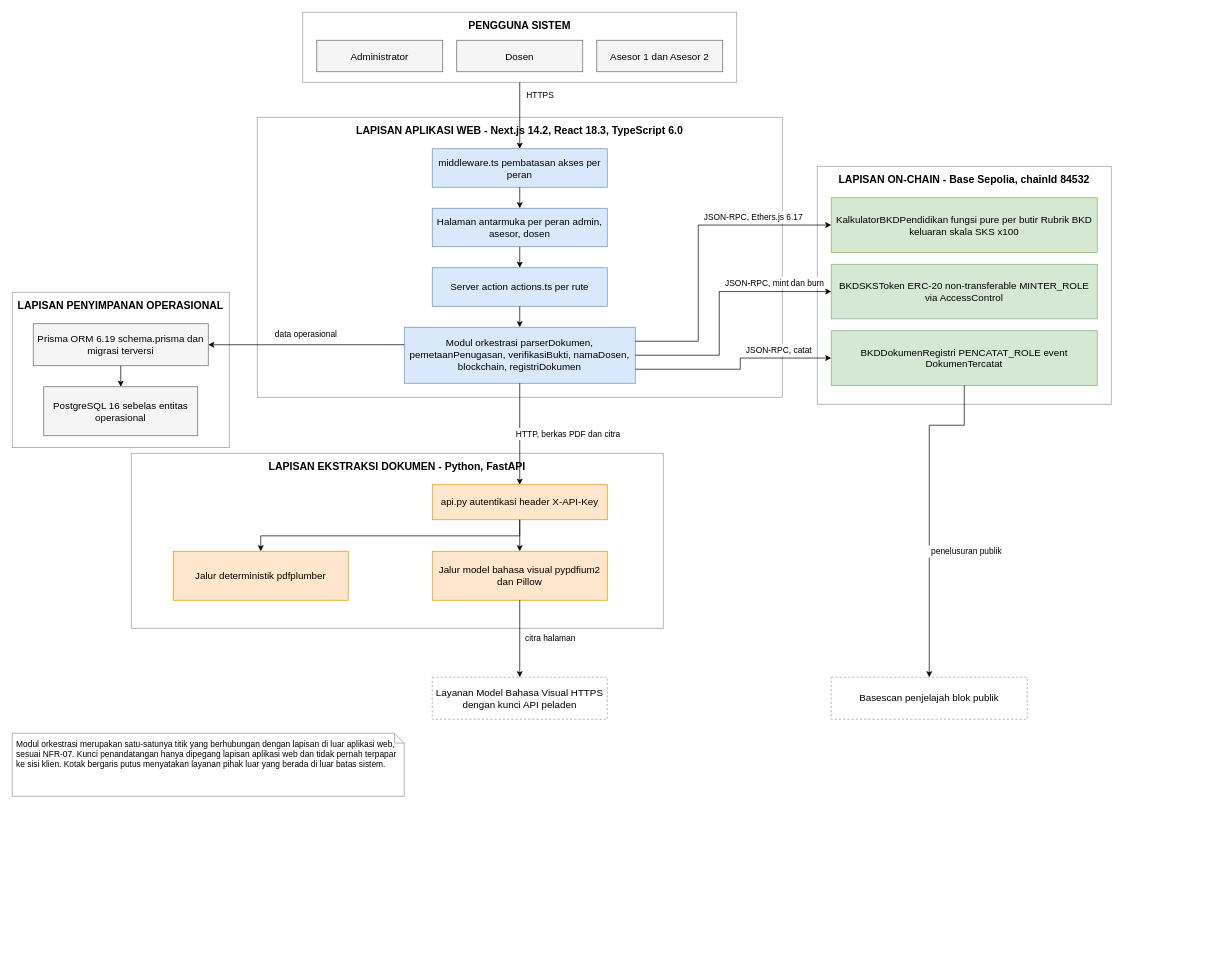
The draw.io diagram docs/diagram/IV-05-arsitektur-sistem.drawio in SandChik/TugasAkhir, before the edit. Source tidied: cells renumbered, new cells numbered last; positions are measured from the earlier drawing's top-left corner, leaving out a move shared by most shapes. Both pictures are drawn from the tidied source at 70%, with x=0, y=0 at pixel (12, 12).
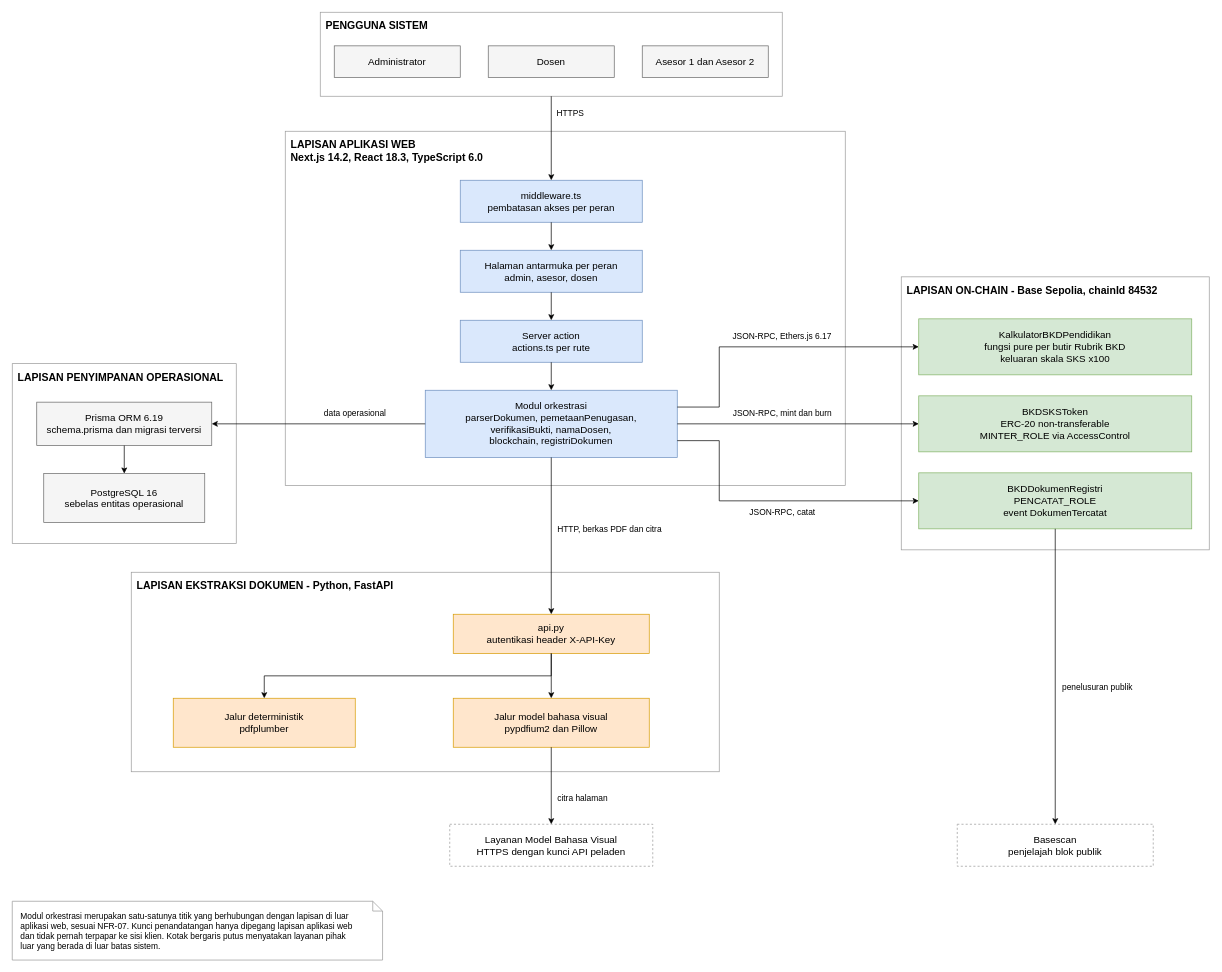
Above is the later version.

The edit, as a diff of the source:
```diff
@@
-    <mxCell id="2" value="PENGGUNA SISTEM" style="rounded=0;verticalAlign=top;fontStyle=1;spacingTop=4;whiteSpace=wrap;html=1;fontSize=15;align=center;strokeColor=#999999;fillColor=none;fontStyle=1;" parent="1" vertex="1">
-      <mxGeometry x="415" width="620" height="100" as="geometry" />
+    <mxCell id="2" value="PENGGUNA SISTEM" style="rounded=0;verticalAlign=top;fontStyle=1;spacingTop=4;whiteSpace=wrap;html=1;fontSize=15;align=left;strokeColor=#999999;fillColor=none;fontStyle=1;spacingLeft=6;" parent="1" vertex="1">
+      <mxGeometry x="440" width="660" height="120" as="geometry" />
     </mxCell>
     <mxCell id="3" value="Administrator" style="rounded=0;whiteSpace=wrap;html=1;fontSize=14;align=center;strokeColor=#666666;fillColor=#f5f5f5;" parent="2" vertex="1">
-      <mxGeometry x="20" y="40" width="180" height="45" as="geometry" />
+      <mxGeometry x="20" y="48" width="180" height="45" as="geometry" />
     </mxCell>
     <mxCell id="4" value="Dosen" style="rounded=0;whiteSpace=wrap;html=1;fontSize=14;align=center;strokeColor=#666666;fillColor=#f5f5f5;" parent="2" vertex="1">
-      <mxGeometry x="220" y="40" width="180" height="45" as="geometry" />
+      <mxGeometry x="240" y="48" width="180" height="45" as="geometry" />
     </mxCell>
     <mxCell id="5" value="Asesor 1 dan Asesor 2" style="rounded=0;whiteSpace=wrap;html=1;fontSize=14;align=center;strokeColor=#666666;fillColor=#f5f5f5;" parent="2" vertex="1">
-      <mxGeometry x="420" y="40" width="180" height="45" as="geometry" />
+      <mxGeometry x="460" y="48" width="180" height="45" as="geometry" />
     </mxCell>
-    <mxCell id="6" value="LAPISAN APLIKASI WEB  -  Next.js 14.2, React 18.3, TypeScript 6.0" style="rounded=0;verticalAlign=top;fontStyle=1;spacingTop=4;whiteSpace=wrap;html=1;fontSize=15;align=center;strokeColor=#999999;fillColor=none;fontStyle=1;" parent="1" vertex="1">
-      <mxGeometry x="350" y="150" width="750" height="400" as="geometry" />
+    <mxCell id="6" value="LAPISAN APLIKASI WEB&lt;br&gt;Next.js 14.2, React 18.3, TypeScript 6.0" style="rounded=0;verticalAlign=top;fontStyle=1;spacingTop=4;whiteSpace=wrap;html=1;fontSize=15;align=left;strokeColor=#999999;fillColor=none;fontStyle=1;spacingLeft=6;" parent="1" vertex="1">
+      <mxGeometry x="390" y="170" width="800" height="506" as="geometry" />
     </mxCell>
-    <mxCell id="7" value="middleware.ts pembatasan akses per peran" style="rounded=0;whiteSpace=wrap;html=1;fontSize=14;align=center;strokeColor=#6c8ebf;fillColor=#dae8fc;" parent="6" vertex="1">
-      <mxGeometry x="250" y="45" width="250" height="55" as="geometry" />
+    <mxCell id="7" value="middleware.ts&lt;br&gt;pembatasan akses per peran" style="rounded=0;whiteSpace=wrap;html=1;fontSize=14;align=center;strokeColor=#6c8ebf;fillColor=#dae8fc;" parent="6" vertex="1">
+      <mxGeometry x="250" y="70" width="260" height="60" as="geometry" />
     </mxCell>
-    <mxCell id="8" value="Halaman antarmuka per peran admin, asesor, dosen" style="rounded=0;whiteSpace=wrap;html=1;fontSize=14;align=center;strokeColor=#6c8ebf;fillColor=#dae8fc;" parent="6" vertex="1">
-      <mxGeometry x="250" y="130" width="250" height="55" as="geometry" />
+    <mxCell id="8" value="Halaman antarmuka per peran&lt;br&gt;admin, asesor, dosen" style="rounded=0;whiteSpace=wrap;html=1;fontSize=14;align=center;strokeColor=#6c8ebf;fillColor=#dae8fc;" parent="6" vertex="1">
+      <mxGeometry x="250" y="170" width="260" height="60" as="geometry" />
     </mxCell>
-    <mxCell id="9" value="Server action actions.ts per rute" style="rounded=0;whiteSpace=wrap;html=1;fontSize=14;align=center;strokeColor=#6c8ebf;fillColor=#dae8fc;" parent="6" vertex="1">
-      <mxGeometry x="250" y="215" width="250" height="55" as="geometry" />
+    <mxCell id="9" value="Server action&lt;br&gt;actions.ts per rute" style="rounded=0;whiteSpace=wrap;html=1;fontSize=14;align=center;strokeColor=#6c8ebf;fillColor=#dae8fc;" parent="6" vertex="1">
+      <mxGeometry x="250" y="270" width="260" height="60" as="geometry" />
     </mxCell>
-    <mxCell id="10" value="Modul orkestrasi parserDokumen, pemetaanPenugasan, verifikasiBukti, namaDosen, blockchain, registriDokumen" style="rounded=0;whiteSpace=wrap;html=1;fontSize=14;align=center;strokeColor=#6c8ebf;fillColor=#dae8fc;" parent="6" vertex="1">
-      <mxGeometry x="210" y="300" width="330" height="80" as="geometry" />
+    <mxCell id="10" value="Modul orkestrasi&lt;br&gt;parserDokumen, pemetaanPenugasan,&lt;br&gt;verifikasiBukti, namaDosen,&lt;br&gt;blockchain, registriDokumen" style="rounded=0;whiteSpace=wrap;html=1;fontSize=14;align=center;strokeColor=#6c8ebf;fillColor=#dae8fc;" parent="6" vertex="1">
+      <mxGeometry x="200" y="370" width="360" height="96" as="geometry" />
     </mxCell>
-    <mxCell id="11" value="LAPISAN PENYIMPANAN OPERASIONAL" style="rounded=0;verticalAlign=top;fontStyle=1;spacingTop=4;whiteSpace=wrap;html=1;fontSize=15;align=center;strokeColor=#999999;fillColor=none;fontStyle=1;" parent="1" vertex="1">
-      <mxGeometry y="400" width="310" height="222" as="geometry" />
+    <mxCell id="11" value="LAPISAN PENYIMPANAN OPERASIONAL" style="rounded=0;verticalAlign=top;fontStyle=1;spacingTop=4;whiteSpace=wrap;html=1;fontSize=15;align=left;strokeColor=#999999;fillColor=none;fontStyle=1;spacingLeft=6;" parent="1" vertex="1">
+      <mxGeometry y="502" width="320" height="257" as="geometry" />
     </mxCell>
-    <mxCell id="12" value="Prisma ORM 6.19 schema.prisma dan migrasi terversi" style="rounded=0;whiteSpace=wrap;html=1;fontSize=14;align=center;strokeColor=#666666;fillColor=#f5f5f5;" parent="11" vertex="1">
-      <mxGeometry x="30" y="45" width="250" height="60" as="geometry" />
+    <mxCell id="12" value="Prisma ORM 6.19&lt;br&gt;schema.prisma dan migrasi terversi" style="rounded=0;whiteSpace=wrap;html=1;fontSize=14;align=center;strokeColor=#666666;fillColor=#f5f5f5;" parent="11" vertex="1">
+      <mxGeometry x="35" y="55" width="250" height="62" as="geometry" />
     </mxCell>
-    <mxCell id="13" value="PostgreSQL 16 sebelas entitas operasional" style="rounded=0;whiteSpace=wrap;html=1;fontSize=14;align=center;strokeColor=#666666;fillColor=#f5f5f5;" parent="11" vertex="1">
-      <mxGeometry x="45" y="135" width="220" height="70" as="geometry" />
+    <mxCell id="13" value="PostgreSQL 16&lt;br&gt;sebelas entitas operasional" style="rounded=0;whiteSpace=wrap;html=1;fontSize=14;align=center;strokeColor=#666666;fillColor=#f5f5f5;" parent="11" vertex="1">
+      <mxGeometry x="45" y="157" width="230" height="70" as="geometry" />
     </mxCell>
-    <mxCell id="14" value="LAPISAN EKSTRAKSI DOKUMEN  -  Python, FastAPI" style="rounded=0;verticalAlign=top;fontStyle=1;spacingTop=4;whiteSpace=wrap;html=1;fontSize=15;align=center;strokeColor=#999999;fillColor=none;fontStyle=1;" parent="1" vertex="1">
-      <mxGeometry x="170" y="630" width="760" height="250" as="geometry" />
+    <mxCell id="14" value="LAPISAN EKSTRAKSI DOKUMEN  -  Python, FastAPI" style="rounded=0;verticalAlign=top;fontStyle=1;spacingTop=4;whiteSpace=wrap;html=1;fontSize=15;align=left;strokeColor=#999999;fillColor=none;fontStyle=1;spacingLeft=6;" parent="1" vertex="1">
+      <mxGeometry x="170" y="800" width="840" height="285" as="geometry" />
     </mxCell>
-    <mxCell id="15" value="api.py autentikasi header X-API-Key" style="rounded=0;whiteSpace=wrap;html=1;fontSize=14;align=center;strokeColor=#d79b00;fillColor=#ffe6cc;" parent="14" vertex="1">
-      <mxGeometry x="430" y="45" width="250" height="50" as="geometry" />
+    <mxCell id="15" value="api.py&lt;br&gt;autentikasi header X-API-Key" style="rounded=0;whiteSpace=wrap;html=1;fontSize=14;align=center;strokeColor=#d79b00;fillColor=#ffe6cc;" parent="14" vertex="1">
+      <mxGeometry x="460" y="60" width="280" height="56" as="geometry" />
     </mxCell>
-    <mxCell id="16" value="Jalur deterministik pdfplumber" style="rounded=0;whiteSpace=wrap;html=1;fontSize=14;align=center;strokeColor=#d79b00;fillColor=#ffe6cc;" parent="14" vertex="1">
-      <mxGeometry x="60" y="140" width="250" height="70" as="geometry" />
+    <mxCell id="16" value="Jalur deterministik&lt;br&gt;pdfplumber" style="rounded=0;whiteSpace=wrap;html=1;fontSize=14;align=center;strokeColor=#d79b00;fillColor=#ffe6cc;" parent="14" vertex="1">
+      <mxGeometry x="60" y="180" width="260" height="70" as="geometry" />
     </mxCell>
-    <mxCell id="17" value="Jalur model bahasa visual pypdfium2 dan Pillow" style="rounded=0;whiteSpace=wrap;html=1;fontSize=14;align=center;strokeColor=#d79b00;fillColor=#ffe6cc;" parent="14" vertex="1">
-      <mxGeometry x="430" y="140" width="250" height="70" as="geometry" />
+    <mxCell id="17" value="Jalur model bahasa visual&lt;br&gt;pypdfium2 dan Pillow" style="rounded=0;whiteSpace=wrap;html=1;fontSize=14;align=center;strokeColor=#d79b00;fillColor=#ffe6cc;" parent="14" vertex="1">
+      <mxGeometry x="460" y="180" width="280" height="70" as="geometry" />
     </mxCell>
-    <mxCell id="18" value="Layanan Model Bahasa Visual HTTPS dengan kunci API peladen" style="rounded=0;whiteSpace=wrap;html=1;fontSize=14;align=center;strokeColor=#999999;fillColor=#ffffff;dashed=1;" parent="1" vertex="1">
-      <mxGeometry x="600" y="950" width="250" height="60" as="geometry" />
+    <mxCell id="18" value="Layanan Model Bahasa Visual&lt;br&gt;HTTPS dengan kunci API peladen" style="rounded=0;whiteSpace=wrap;html=1;fontSize=14;align=center;strokeColor=#999999;fillColor=#ffffff;dashed=1;" parent="1" vertex="1">
+      <mxGeometry x="625" y="1160" width="290" height="60" as="geometry" />
     </mxCell>
-    <mxCell id="19" value="LAPISAN ON-CHAIN  -  Base Sepolia, chainId 84532" style="rounded=0;verticalAlign=top;fontStyle=1;spacingTop=4;whiteSpace=wrap;html=1;fontSize=15;align=center;strokeColor=#999999;fillColor=none;fontStyle=1;" parent="1" vertex="1">
-      <mxGeometry x="1150" y="220" width="420" height="340" as="geometry" />
+    <mxCell id="19" value="LAPISAN ON-CHAIN  -  Base Sepolia, chainId 84532" style="rounded=0;verticalAlign=top;fontStyle=1;spacingTop=4;whiteSpace=wrap;html=1;fontSize=15;align=left;strokeColor=#999999;fillColor=none;fontStyle=1;spacingLeft=6;" parent="1" vertex="1">
+      <mxGeometry x="1270" y="378" width="440" height="390" as="geometry" />
     </mxCell>
-    <mxCell id="20" value="KalkulatorBKDPendidikan fungsi pure per butir Rubrik BKD keluaran skala SKS x100" style="rounded=0;whiteSpace=wrap;html=1;fontSize=14;align=center;strokeColor=#82b366;fillColor=#d5e8d4;" parent="19" vertex="1">
-      <mxGeometry x="20" y="45" width="380" height="78" as="geometry" />
+    <mxCell id="20" value="KalkulatorBKDPendidikan&lt;br&gt;fungsi pure per butir Rubrik BKD&lt;br&gt;keluaran skala SKS x100" style="rounded=0;whiteSpace=wrap;html=1;fontSize=14;align=center;strokeColor=#82b366;fillColor=#d5e8d4;" parent="19" vertex="1">
+      <mxGeometry x="25" y="60" width="390" height="80" as="geometry" />
     </mxCell>
-    <mxCell id="21" value="BKDSKSToken ERC-20 non-transferable MINTER_ROLE via AccessControl" style="rounded=0;whiteSpace=wrap;html=1;fontSize=14;align=center;strokeColor=#82b366;fillColor=#d5e8d4;" parent="19" vertex="1">
-      <mxGeometry x="20" y="140" width="380" height="78" as="geometry" />
+    <mxCell id="21" value="BKDSKSToken&lt;br&gt;ERC-20 non-transferable&lt;br&gt;MINTER_ROLE via AccessControl" style="rounded=0;whiteSpace=wrap;html=1;fontSize=14;align=center;strokeColor=#82b366;fillColor=#d5e8d4;" parent="19" vertex="1">
+      <mxGeometry x="25" y="170" width="390" height="80" as="geometry" />
     </mxCell>
-    <mxCell id="22" value="BKDDokumenRegistri PENCATAT_ROLE event DokumenTercatat" style="rounded=0;whiteSpace=wrap;html=1;fontSize=14;align=center;strokeColor=#82b366;fillColor=#d5e8d4;" parent="19" vertex="1">
-      <mxGeometry x="20" y="235" width="380" height="78" as="geometry" />
+    <mxCell id="22" value="BKDDokumenRegistri&lt;br&gt;PENCATAT_ROLE&lt;br&gt;event DokumenTercatat" style="rounded=0;whiteSpace=wrap;html=1;fontSize=14;align=center;strokeColor=#82b366;fillColor=#d5e8d4;" parent="19" vertex="1">
+      <mxGeometry x="25" y="280" width="390" height="80" as="geometry" />
     </mxCell>
-    <mxCell id="23" value="Basescan penjelajah blok publik" style="rounded=0;whiteSpace=wrap;html=1;fontSize=14;align=center;strokeColor=#999999;fillColor=#ffffff;dashed=1;" parent="1" vertex="1">
-      <mxGeometry x="1170" y="950" width="280" height="60" as="geometry" />
+    <mxCell id="23" value="Basescan&lt;br&gt;penjelajah blok publik" style="rounded=0;whiteSpace=wrap;html=1;fontSize=14;align=center;strokeColor=#999999;fillColor=#ffffff;dashed=1;" parent="1" vertex="1">
+      <mxGeometry x="1350" y="1160" width="280" height="60" as="geometry" />
     </mxCell>
-    <mxCell id="24" value="Modul orkestrasi merupakan satu-satunya titik yang berhubungan dengan lapisan di luar aplikasi web, sesuai NFR-07. Kunci penandatangan hanya dipegang lapisan aplikasi web dan tidak pernah terpapar ke sisi klien. Kotak bergaris putus menyatakan layanan pihak luar yang berada di luar batas sistem." style="shape=note;size=14;verticalAlign=top;spacingLeft=4;spacingTop=2;whiteSpace=wrap;html=1;fontSize=12;align=left;strokeColor=#999999;fillColor=#ffffff;" parent="1" vertex="1">
-      <mxGeometry y="1030" width="560" height="90" as="geometry" />
+    <mxCell id="24" value="Modul orkestrasi merupakan satu-satunya titik yang berhubungan dengan lapisan di luar&lt;br&gt;aplikasi web, sesuai NFR-07. Kunci penandatangan hanya dipegang lapisan aplikasi web&lt;br&gt;dan tidak pernah terpapar ke sisi klien. Kotak bergaris putus menyatakan layanan pihak&lt;br&gt;luar yang berada di luar batas sistem." style="shape=note;size=14;verticalAlign=top;spacingLeft=10;spacingRight=20;spacingTop=8;whiteSpace=wrap;html=1;fontSize=12;align=left;strokeColor=#999999;fillColor=#ffffff;" parent="1" vertex="1">
+      <mxGeometry y="1270" width="529" height="84" as="geometry" />
     </mxCell>
@@
-    <mxCell id="30" style="edgeStyle=orthogonalEdgeStyle;rounded=0;html=1;strokeColor=#000000;endArrow=classic;startArrow=none;exitX=0.000;exitY=0.312;exitDx=0;exitDy=0;entryX=1.000;entryY=0.500;entryDx=0;entryDy=0;" parent="1" edge="1" source="10" target="12">
+    <mxCell id="30" style="edgeStyle=orthogonalEdgeStyle;rounded=0;html=1;strokeColor=#000000;endArrow=classic;startArrow=none;exitX=0.000;exitY=0.500;exitDx=0;exitDy=0;entryX=1.000;entryY=0.500;entryDx=0;entryDy=0;" parent="1" edge="1" source="10" target="12">
       <mxGeometry relative="1" as="geometry" />
     </mxCell>
@@
     <mxCell id="32" style="edgeStyle=orthogonalEdgeStyle;rounded=0;html=1;strokeColor=#000000;endArrow=classic;startArrow=none;exitX=0.500;exitY=1.000;exitDx=0;exitDy=0;entryX=0.500;entryY=0.000;entryDx=0;entryDy=0;" parent="1" edge="1" source="15" target="16">
       <mxGeometry relative="1" as="geometry">
         <Array as="points">
-          <mxPoint x="725" y="748" />
-          <mxPoint x="355" y="748" />
+          <mxPoint x="770" y="948" />
+          <mxPoint x="360" y="948" />
         </Array>
       </mxGeometry>
     </mxCell>
     <mxCell id="33" style="edgeStyle=orthogonalEdgeStyle;rounded=0;html=1;strokeColor=#000000;endArrow=classic;startArrow=none;exitX=0.500;exitY=1.000;exitDx=0;exitDy=0;entryX=0.500;entryY=0.000;entryDx=0;entryDy=0;" parent="1" edge="1" source="15" target="17">
-      <mxGeometry relative="1" as="geometry">
-        <Array as="points">
-          <mxPoint x="725" y="748" />
-          <mxPoint x="725" y="748" />
-        </Array>
-      </mxGeometry>
+      <mxGeometry relative="1" as="geometry" />
     </mxCell>
@@
     <mxCell id="35" style="edgeStyle=orthogonalEdgeStyle;rounded=0;html=1;strokeColor=#000000;endArrow=classic;startArrow=none;exitX=1.000;exitY=0.250;exitDx=0;exitDy=0;entryX=0.000;entryY=0.500;entryDx=0;entryDy=0;" parent="1" edge="1" source="10" target="20">
       <mxGeometry relative="1" as="geometry">
         <Array as="points">
-          <mxPoint x="980" y="470" />
-          <mxPoint x="980" y="304" />
+          <mxPoint x="1010" y="564" />
+          <mxPoint x="1010" y="478" />
         </Array>
       </mxGeometry>
     </mxCell>
     <mxCell id="36" style="edgeStyle=orthogonalEdgeStyle;rounded=0;html=1;strokeColor=#000000;endArrow=classic;startArrow=none;exitX=1.000;exitY=0.500;exitDx=0;exitDy=0;entryX=0.000;entryY=0.500;entryDx=0;entryDy=0;" parent="1" edge="1" source="10" target="21">
-      <mxGeometry relative="1" as="geometry">
-        <Array as="points">
-          <mxPoint x="1010" y="490" />
-          <mxPoint x="1010" y="399" />
-        </Array>
-      </mxGeometry>
+      <mxGeometry relative="1" as="geometry" />
     </mxCell>
     <mxCell id="37" style="edgeStyle=orthogonalEdgeStyle;rounded=0;html=1;strokeColor=#000000;endArrow=classic;startArrow=none;exitX=1.000;exitY=0.750;exitDx=0;exitDy=0;entryX=0.000;entryY=0.500;entryDx=0;entryDy=0;" parent="1" edge="1" source="10" target="22">
       <mxGeometry relative="1" as="geometry">
         <Array as="points">
-          <mxPoint x="1040" y="510" />
-          <mxPoint x="1040" y="494" />
+          <mxPoint x="1010" y="612" />
+          <mxPoint x="1010" y="698" />
         </Array>
       </mxGeometry>
     </mxCell>
     <mxCell id="38" style="edgeStyle=orthogonalEdgeStyle;rounded=0;html=1;strokeColor=#000000;endArrow=classic;startArrow=none;exitX=0.500;exitY=1.000;exitDx=0;exitDy=0;entryX=0.500;entryY=0.000;entryDx=0;entryDy=0;" parent="1" edge="1" source="22" target="23">
-      <mxGeometry relative="1" as="geometry">
-        <Array as="points">
-          <mxPoint x="1360" y="590" />
-          <mxPoint x="1310" y="590" />
-        </Array>
-      </mxGeometry>
+      <mxGeometry relative="1" as="geometry" />
     </mxCell>
     <mxCell id="39" value="HTTPS" style="text;html=1;whiteSpace=wrap;fontSize=12;align=center;verticalAlign=middle;strokeColor=none;fillColor=#ffffff;" parent="1" vertex="1">
-      <mxGeometry x="732" y="110" width="45" height="17" as="geometry" />
+      <mxGeometry x="775" y="136" width="45" height="17" as="geometry" />
     </mxCell>
     <mxCell id="40" value="data operasional" style="text;html=1;whiteSpace=wrap;fontSize=12;align=center;verticalAlign=middle;strokeColor=none;fillColor=#ffffff;" parent="1" vertex="1">
-      <mxGeometry x="371" y="452" width="98" height="17" as="geometry" />
+      <mxGeometry x="441" y="564" width="98" height="17" as="geometry" />
     </mxCell>
     <mxCell id="41" value="HTTP, berkas PDF dan citra" style="text;html=1;whiteSpace=wrap;fontSize=12;align=center;verticalAlign=middle;strokeColor=none;fillColor=#ffffff;" parent="1" vertex="1">
-      <mxGeometry x="716" y="594" width="157" height="17" as="geometry" />
+      <mxGeometry x="775" y="730" width="157" height="17" as="geometry" />
     </mxCell>
     <mxCell id="42" value="citra halaman" style="text;html=1;whiteSpace=wrap;fontSize=12;align=center;verticalAlign=middle;strokeColor=none;fillColor=#ffffff;" parent="1" vertex="1">
-      <mxGeometry x="729" y="886" width="80" height="17" as="geometry" />
+      <mxGeometry x="775" y="1114" width="80" height="17" as="geometry" />
     </mxCell>
     <mxCell id="43" value="JSON-RPC, Ethers.js 6.17" style="text;html=1;whiteSpace=wrap;fontSize=12;align=center;verticalAlign=middle;strokeColor=none;fillColor=#ffffff;" parent="1" vertex="1">
-      <mxGeometry x="985" y="284" width="148" height="17" as="geometry" />
+      <mxGeometry x="1026" y="454" width="148" height="17" as="geometry" />
     </mxCell>
     <mxCell id="44" value="JSON-RPC, mint dan burn" style="text;html=1;whiteSpace=wrap;fontSize=12;align=center;verticalAlign=middle;strokeColor=none;fillColor=#ffffff;" parent="1" vertex="1">
-      <mxGeometry x="1015" y="378" width="149" height="17" as="geometry" />
+      <mxGeometry x="1026" y="564" width="149" height="17" as="geometry" />
     </mxCell>
     <mxCell id="45" value="JSON-RPC, catat" style="text;html=1;whiteSpace=wrap;fontSize=12;align=center;verticalAlign=middle;strokeColor=none;fillColor=#ffffff;" parent="1" vertex="1">
-      <mxGeometry x="1045" y="474" width="101" height="17" as="geometry" />
+      <mxGeometry x="1050" y="706" width="101" height="17" as="geometry" />
     </mxCell>
     <mxCell id="46" value="penelusuran publik" style="text;html=1;whiteSpace=wrap;fontSize=12;align=center;verticalAlign=middle;strokeColor=none;fillColor=#ffffff;" parent="1" vertex="1">
-      <mxGeometry x="1308" y="762" width="111" height="17" as="geometry" />
+      <mxGeometry x="1495" y="956" width="111" height="17" as="geometry" />
     </mxCell>
```
